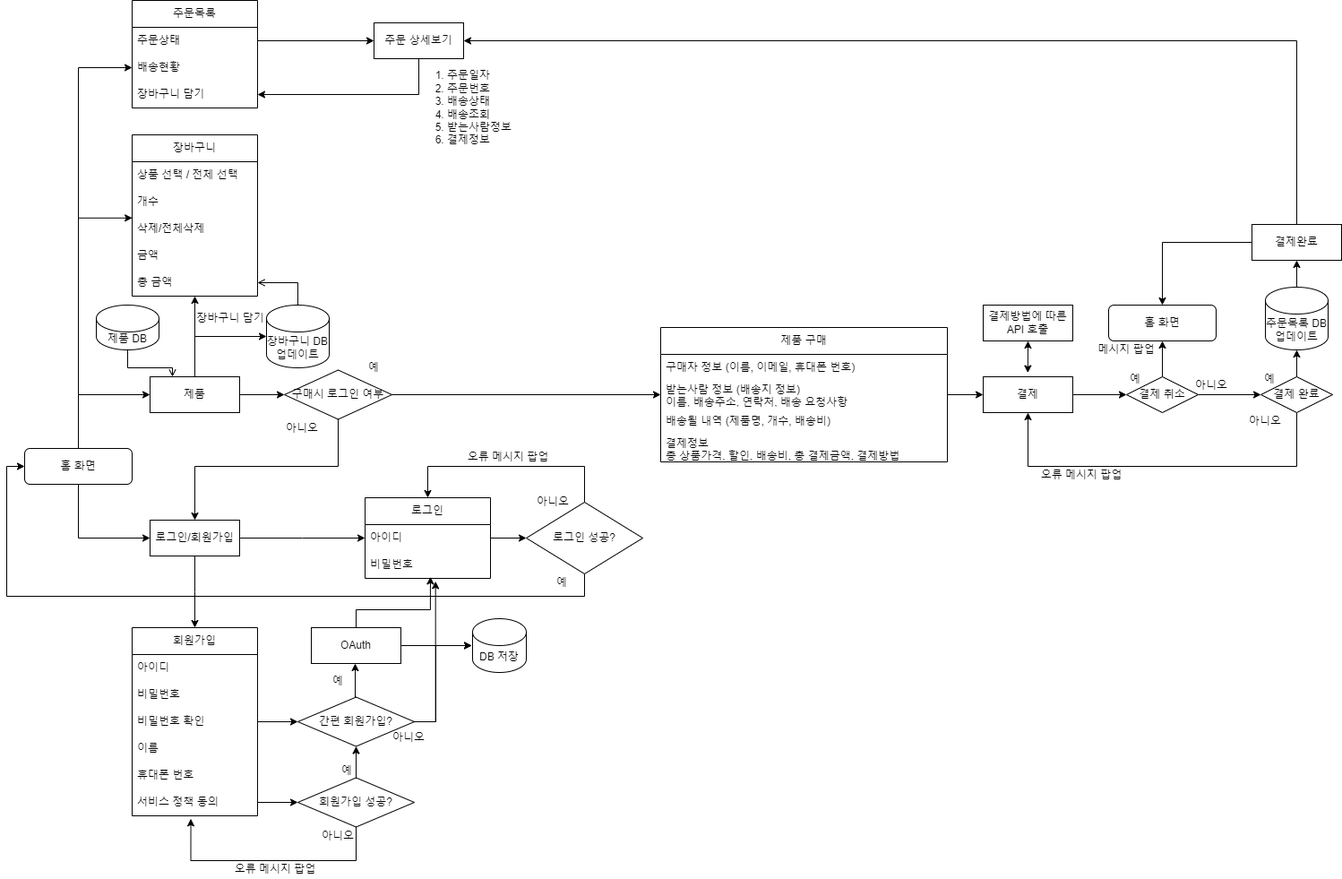
This is FlowChart.drawio.png from Castanea02/Group-Project-Shoppingmall, a draw.io export, as it was before one commit. Source tidied: cells renumbered, new cells last; positions are measured from the earlier drawing's top-left corner, leaving out a move shared by most shapes.
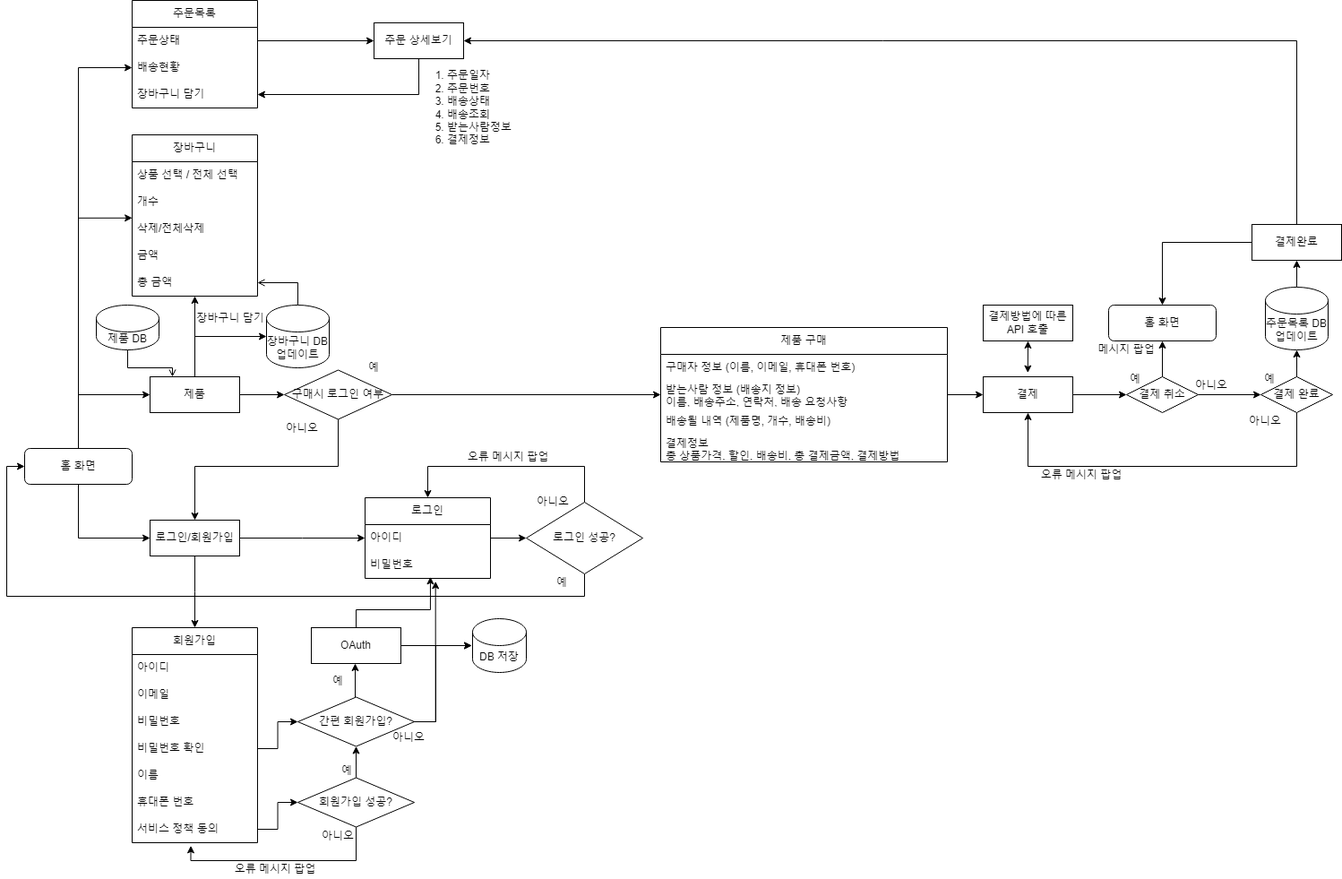
The same file after the commit.

Change to the diagram source:
```diff
@@ -69,25 +69,28 @@
       </mxCell>
     </object>
     <mxCell id="17" value="회원가입" style="swimlane;fontStyle=0;horizontal=1;startSize=30;whiteSpace=wrap;html=1;labelBackgroundColor=none;" parent="1" vertex="1">
-      <mxGeometry x="140" y="700" width="140" height="210" as="geometry" />
+      <mxGeometry x="140" y="700" width="140" height="240" as="geometry" />
     </mxCell>
     <mxCell id="18" value="아이디" style="text;strokeColor=none;fillColor=none;align=left;verticalAlign=middle;spacingLeft=4;spacingRight=4;overflow=hidden;whiteSpace=wrap;html=1;labelBackgroundColor=none;" parent="17" vertex="1">
       <mxGeometry y="30" width="140" height="30" as="geometry" />
     </mxCell>
+    <mxCell id="101" value="이메일" style="text;strokeColor=none;fillColor=none;align=left;verticalAlign=middle;spacingLeft=4;spacingRight=4;overflow=hidden;whiteSpace=wrap;html=1;labelBackgroundColor=none;" parent="17" vertex="1">
+      <mxGeometry y="60" width="140" height="30" as="geometry" />
+    </mxCell>
     <mxCell id="19" value="비밀번호" style="text;strokeColor=none;fillColor=none;align=left;verticalAlign=middle;spacingLeft=4;spacingRight=4;overflow=hidden;whiteSpace=wrap;html=1;labelBackgroundColor=none;" parent="17" vertex="1">
-      <mxGeometry y="60" width="140" height="30" as="geometry" />
+      <mxGeometry y="90" width="140" height="30" as="geometry" />
     </mxCell>
     <mxCell id="20" value="비밀번호 확인" style="text;strokeColor=none;fillColor=none;align=left;verticalAlign=middle;spacingLeft=4;spacingRight=4;overflow=hidden;points=[[0,0.5],[1,0.5]];portConstraint=eastwest;whiteSpace=wrap;html=1;labelBackgroundColor=none;" parent="17" vertex="1">
-      <mxGeometry y="90" width="140" height="30" as="geometry" />
+      <mxGeometry y="120" width="140" height="30" as="geometry" />
     </mxCell>
     <mxCell id="21" value="이름" style="text;strokeColor=none;fillColor=none;align=left;verticalAlign=middle;spacingLeft=4;spacingRight=4;overflow=hidden;whiteSpace=wrap;html=1;labelBackgroundColor=none;" parent="17" vertex="1">
-      <mxGeometry y="120" width="140" height="30" as="geometry" />
+      <mxGeometry y="150" width="140" height="30" as="geometry" />
     </mxCell>
     <mxCell id="22" value="휴대폰 번호" style="text;strokeColor=none;fillColor=none;align=left;verticalAlign=middle;spacingLeft=4;spacingRight=4;overflow=hidden;whiteSpace=wrap;html=1;labelBackgroundColor=none;" parent="17" vertex="1">
-      <mxGeometry y="150" width="140" height="30" as="geometry" />
+      <mxGeometry y="180" width="140" height="30" as="geometry" />
     </mxCell>
     <mxCell id="23" value="서비스 정책 동의" style="text;strokeColor=none;fillColor=none;align=left;verticalAlign=middle;spacingLeft=4;spacingRight=4;overflow=hidden;points=[[0,0.5],[1,0.5]];portConstraint=eastwest;whiteSpace=wrap;html=1;labelBackgroundColor=none;" parent="17" vertex="1">
-      <mxGeometry y="180" width="140" height="30" as="geometry" />
+      <mxGeometry y="210" width="140" height="30" as="geometry" />
     </mxCell>
     <mxCell id="24" style="edgeStyle=orthogonalEdgeStyle;rounded=0;jettySize=auto;html=1;entryX=0;entryY=0.5;entryDx=0;entryDy=0;exitX=0.5;exitY=1;exitDx=0;exitDy=0;" parent="1" edge="1" source="32" target="6">
       <mxGeometry relative="1" as="geometry">
```
